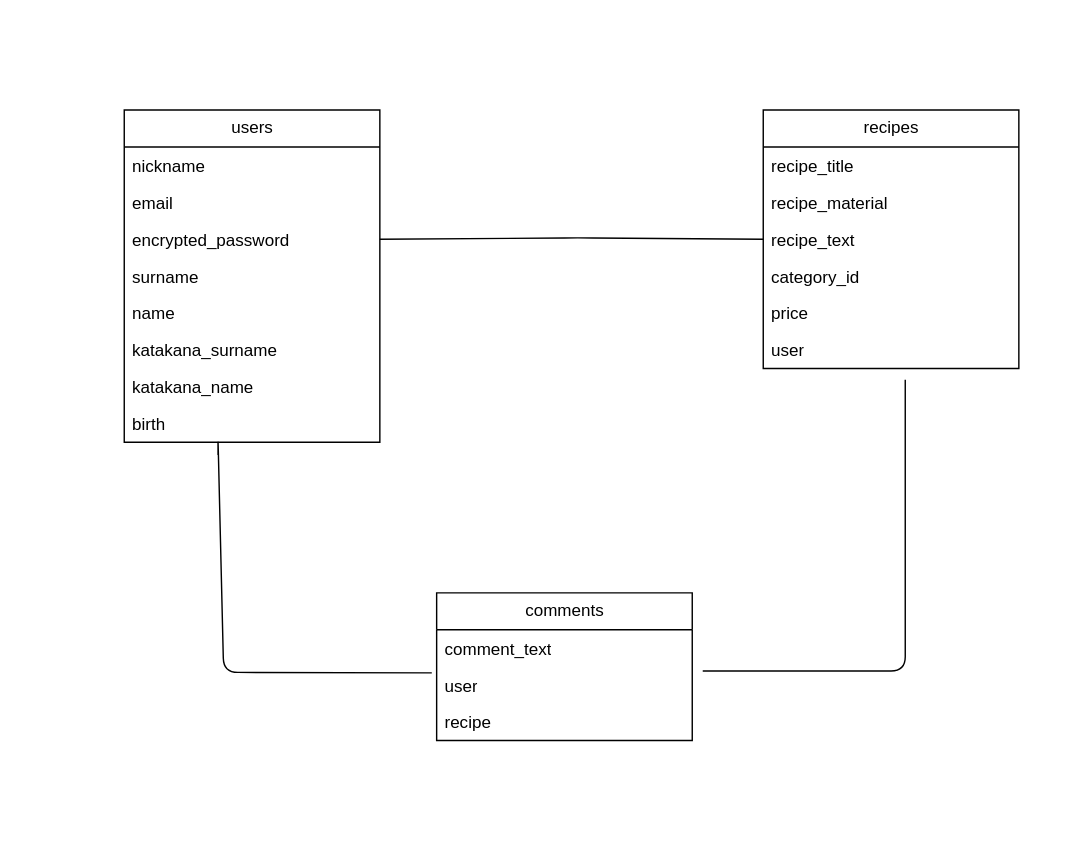
Before: er.dio in takanashi11/cook-daddy, a draw.io diagram. Source tidied: cells renumbered, new cells numbered last; positions are measured from the earlier drawing's top-left corner, leaving out a move shared by most shapes. Both pictures are drawn from the tidied source at 142%, with x=0, y=0 at pixel (124, 109).
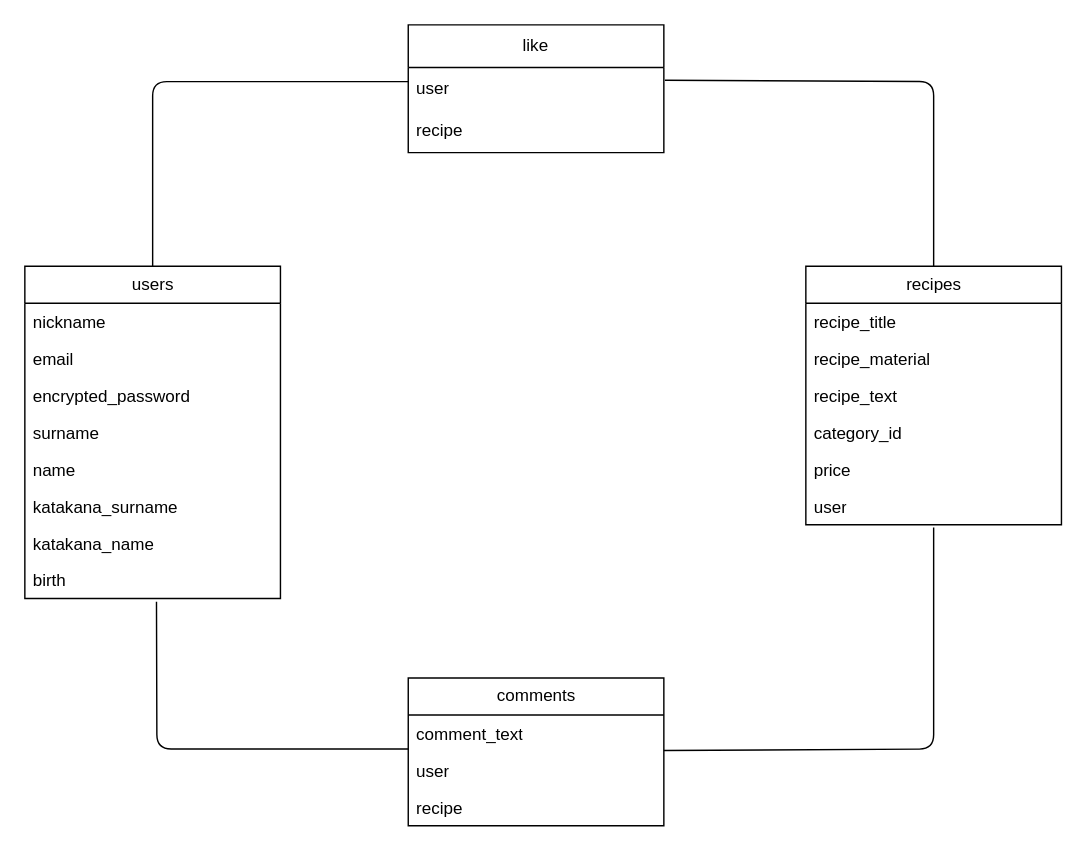
Above is the later version.

Unchanged cells that the change refers to:
```xml
<mxCell id="10" value="birth" style="text;strokeColor=none;fillColor=none;align=left;verticalAlign=top;spacingLeft=4;spacingRight=4;overflow=hidden;points=[[0,0.5],[1,0.5]];portConstraint=eastwest;whiteSpace=wrap;html=1;" parent="2" vertex="1">
  <mxGeometry y="208" width="180" height="26" as="geometry" />
</mxCell>
<mxCell id="14" value="recipe_text&lt;br&gt;" style="text;strokeColor=none;fillColor=none;align=left;verticalAlign=top;spacingLeft=4;spacingRight=4;overflow=hidden;points=[[0,0.5],[1,0.5]];portConstraint=eastwest;whiteSpace=wrap;html=1;" parent="11" vertex="1">
  <mxGeometry y="78" width="180" height="26" as="geometry" />
</mxCell>
<mxCell id="19" value="comment_text" style="text;strokeColor=none;fillColor=none;align=left;verticalAlign=top;spacingLeft=4;spacingRight=4;overflow=hidden;points=[[0,0.5],[1,0.5]];portConstraint=eastwest;whiteSpace=wrap;html=1;" parent="18" vertex="1">
  <mxGeometry y="26" width="180" height="26" as="geometry" />
</mxCell>
<mxCell id="20" value="user&lt;br&gt;" style="text;strokeColor=none;fillColor=none;align=left;verticalAlign=top;spacingLeft=4;spacingRight=4;overflow=hidden;points=[[0,0.5],[1,0.5]];portConstraint=eastwest;whiteSpace=wrap;html=1;" parent="18" vertex="1">
  <mxGeometry y="52" width="180" height="26" as="geometry" />
</mxCell>
```

The edit, as a diff of the source:
```diff
@@
     <mxCell id="2" value="users" style="swimlane;fontStyle=0;horizontal=1;startSize=26;fillColor=none;html=1;" parent="1" vertex="1">
-      <mxGeometry width="180" height="234" as="geometry" />
+      <mxGeometry x="-70" y="110" width="180" height="234" as="geometry" />
     </mxCell>
@@
     <mxCell id="11" value="recipes" style="swimlane;fontStyle=0;horizontal=1;startSize=26;fillColor=none;html=1;" parent="1" vertex="1">
-      <mxGeometry x="450" width="180" height="182" as="geometry" />
+      <mxGeometry x="480" y="110" width="180" height="182" as="geometry" />
     </mxCell>
@@
     <mxCell id="18" value="comments" style="swimlane;fontStyle=0;horizontal=1;startSize=26;fillColor=none;html=1;" parent="1" vertex="1">
-      <mxGeometry x="220" y="340" width="180" height="104" as="geometry" />
+      <mxGeometry x="200" y="400" width="180" height="104" as="geometry" />
     </mxCell>
@@
-    <mxCell id="22" style="endArrow=none;html=1;entryX=0;entryY=0.5;entryDx=0;entryDy=0;exitX=1;exitY=0.5;exitDx=0;exitDy=0;" parent="1" edge="1" target="14">
-      <mxGeometry relative="1" as="geometry">
-        <mxPoint x="180" y="91" as="sourcePoint" />
-        <Array as="points">
-          <mxPoint x="320" y="90" />
-        </Array>
-      </mxGeometry>
-    </mxCell>
-    <mxCell id="23" style="endArrow=none;html=1;entryX=0.367;entryY=1.346;entryDx=0;entryDy=0;entryPerimeter=0;exitX=-0.019;exitY=0.167;exitDx=0;exitDy=0;exitPerimeter=0;" parent="1" edge="1" source="20" target="10">
-      <mxGeometry relative="1" as="geometry">
-        <Array as="points">
-          <mxPoint x="70" y="396" />
-          <mxPoint x="66" y="230" />
-        </Array>
-      </mxGeometry>
-    </mxCell>
-    <mxCell id="24" style="endArrow=none;html=1;exitX=1.041;exitY=0.115;exitDx=0;exitDy=0;exitPerimeter=0;" parent="1" edge="1" source="20">
-      <mxGeometry relative="1" as="geometry">
-        <mxPoint x="550" y="190" as="targetPoint" />
-        <Array as="points">
-          <mxPoint x="550" y="395" />
-        </Array>
-      </mxGeometry>
-    </mxCell>
+    <mxCell id="25" value="like" style="swimlane;fontStyle=0;horizontal=1;startSize=30;whiteSpace=wrap;html=1;" parent="1" vertex="1">
+      <mxGeometry x="200" y="-60" width="180" height="90" as="geometry" />
+    </mxCell>
+    <mxCell id="26" value="user" style="text;strokeColor=none;fillColor=none;align=left;verticalAlign=middle;spacingLeft=4;spacingRight=4;overflow=hidden;points=[[0,0.5],[1,0.5]];portConstraint=eastwest;whiteSpace=wrap;html=1;" parent="25" vertex="1">
+      <mxGeometry y="30" width="180" height="30" as="geometry" />
+    </mxCell>
+    <mxCell id="27" value="recipe" style="text;strokeColor=none;fillColor=none;align=left;verticalAlign=middle;spacingLeft=4;spacingRight=4;overflow=hidden;whiteSpace=wrap;html=1;" parent="25" vertex="1">
+      <mxGeometry y="60" width="180" height="30" as="geometry" />
+    </mxCell>
+    <mxCell id="28" style="endArrow=none;html=1;exitX=0.5;exitY=0;exitDx=0;exitDy=0;" parent="1" edge="1" source="2">
+      <mxGeometry relative="1" as="geometry">
+        <mxPoint x="200" y="-20" as="targetPoint" />
+        <Array as="points">
+          <mxPoint x="20" y="-20" />
+        </Array>
+      </mxGeometry>
+    </mxCell>
+    <mxCell id="29" style="endArrow=none;html=1;entryX=0.5;entryY=0;entryDx=0;entryDy=0;exitX=1.004;exitY=0.3;exitDx=0;exitDy=0;exitPerimeter=0;" parent="1" edge="1" source="26" target="11">
+      <mxGeometry relative="1" as="geometry">
+        <Array as="points">
+          <mxPoint x="570" y="-20" />
+        </Array>
+      </mxGeometry>
+    </mxCell>
+    <mxCell id="30" style="endArrow=none;html=1;entryX=0.515;entryY=1.09;entryDx=0;entryDy=0;entryPerimeter=0;" parent="1" edge="1" target="10">
+      <mxGeometry relative="1" as="geometry">
+        <mxPoint x="200" y="450" as="sourcePoint" />
+        <Array as="points">
+          <mxPoint x="23" y="450" />
+        </Array>
+      </mxGeometry>
+    </mxCell>
+    <mxCell id="31" style="endArrow=none;html=1;exitX=1;exitY=0.962;exitDx=0;exitDy=0;exitPerimeter=0;" parent="1" edge="1" source="19">
+      <mxGeometry relative="1" as="geometry">
+        <mxPoint x="570" y="294" as="targetPoint" />
+        <Array as="points">
+          <mxPoint x="570" y="450" />
+        </Array>
+      </mxGeometry>
+    </mxCell>
```
